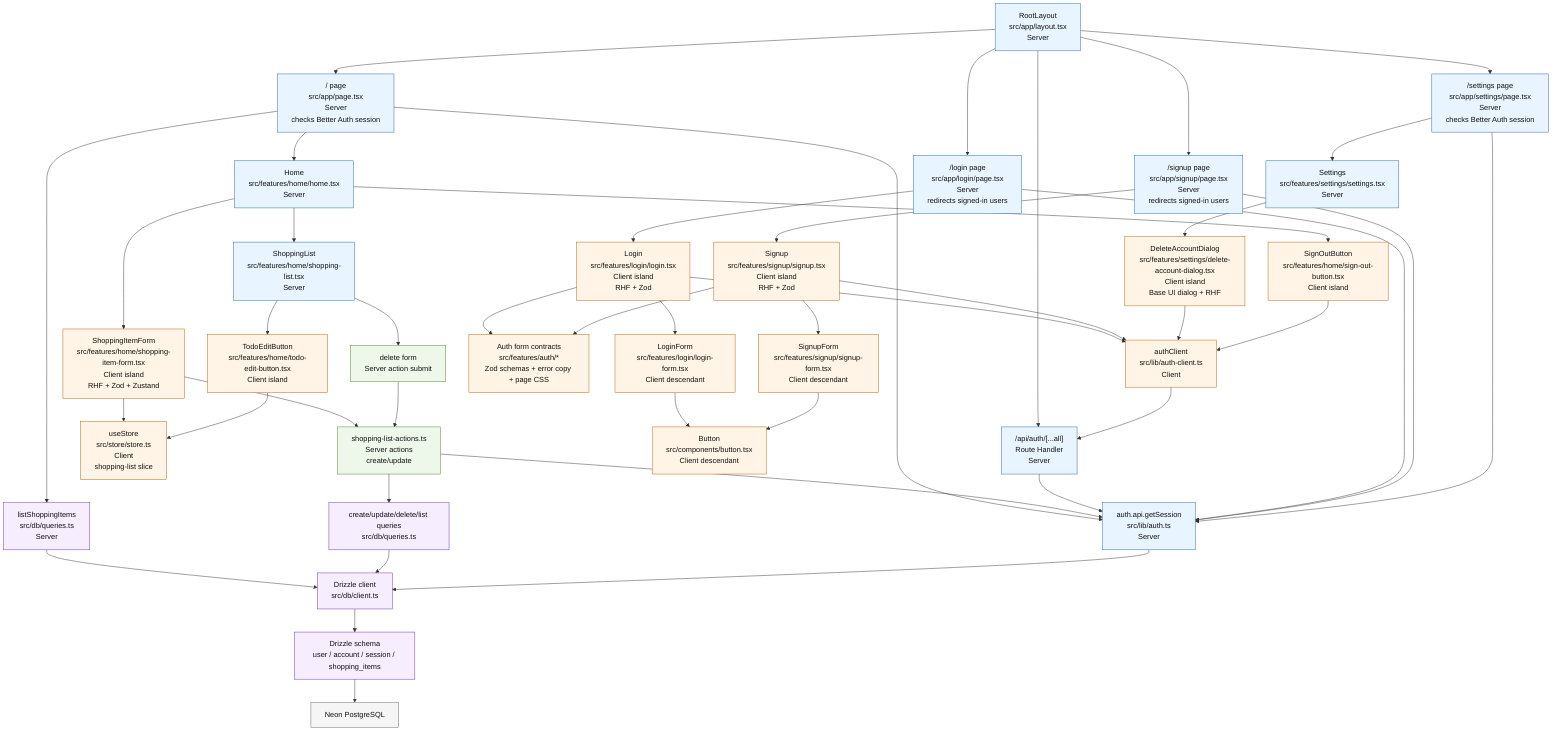
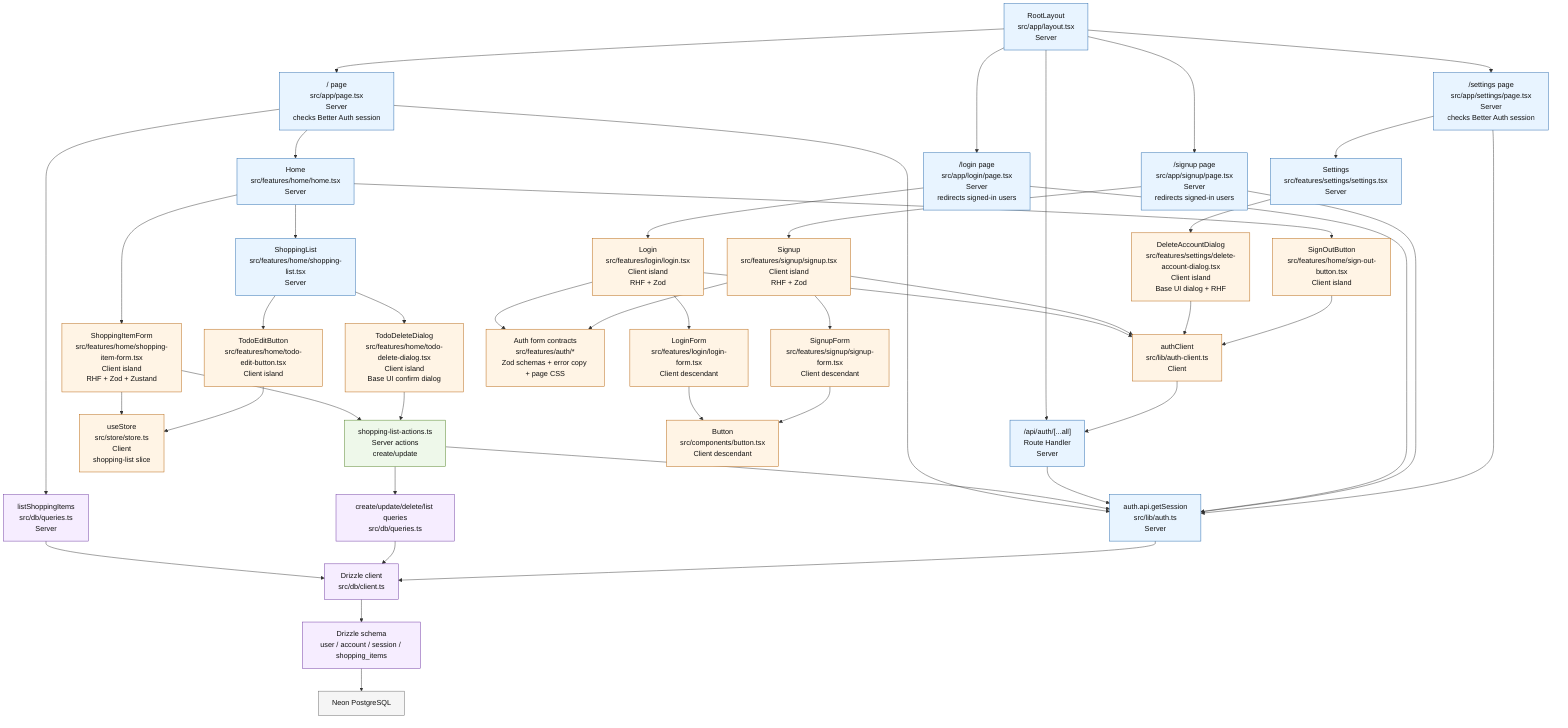
flowchart TD
  %% Current Next.js App Router component composition.
  %% Blue = Server Component / server code, Orange = Client Component, Green = server action, Purple = data layer.

  Root["RootLayout<br/>src/app/layout.tsx<br/>Server"]:::server

  Root --> HomeRoute["/ page<br/>src/app/page.tsx<br/>Server<br/>checks Better Auth session"]:::server
  Root --> LoginRoute["/login page<br/>src/app/login/page.tsx<br/>Server<br/>redirects signed-in users"]:::server
  Root --> SignUpRoute["/signup page<br/>src/app/signup/page.tsx<br/>Server<br/>redirects signed-in users"]:::server
  Root --> SettingsRoute["/settings page<br/>src/app/settings/page.tsx<br/>Server<br/>checks Better Auth session"]:::server
  Root --> AuthRoute["/api/auth/[...all]<br/>Route Handler<br/>Server"]:::server

  HomeRoute --> AuthServer["auth.api.getSession<br/>src/lib/auth.ts<br/>Server"]:::server
  HomeRoute --> ListQuery["listShoppingItems<br/>src/db/queries.ts<br/>Server"]:::data
  HomeRoute --> Home["Home<br/>src/features/home/home.tsx<br/>Server"]:::server

  Home --> SignOutButton["SignOutButton<br/>src/features/home/sign-out-button.tsx<br/>Client island"]:::client
  Home --> ShoppingItemForm["ShoppingItemForm<br/>src/features/home/shopping-item-form.tsx<br/>Client island<br/>RHF + Zod + Zustand"]:::client
  Home --> ShoppingList["ShoppingList<br/>src/features/home/shopping-list.tsx<br/>Server"]:::server

  ShoppingItemForm --> Store["useStore<br/>src/store/store.ts<br/>Client<br/>shopping-list slice"]:::client
  ShoppingItemForm --> ItemActions["shopping-list-actions.ts<br/>Server actions<br/>create/update"]:::action

  ShoppingList --> TodoEditButton["TodoEditButton<br/>src/features/home/todo-edit-button.tsx<br/>Client island"]:::client
-   ShoppingList --> DeleteForm["delete form<br/>Server action submit"]:::action
-   DeleteForm --> ItemActions
+   ShoppingList --> TodoDeleteDialog["TodoDeleteDialog<br/>src/features/home/todo-delete-dialog.tsx<br/>Client island<br/>Base UI confirm dialog"]:::client
+   TodoDeleteDialog --> ItemActions
  TodoEditButton --> Store

  ItemActions --> AuthServer
  ItemActions --> Queries["create/update/delete/list queries<br/>src/db/queries.ts"]:::data
  ListQuery --> DbClient["Drizzle client<br/>src/db/client.ts"]:::data
  Queries --> DbClient
  AuthServer --> DbClient
  AuthRoute --> AuthServer

  DbClient --> Schema["Drizzle schema<br/>user / account / session / shopping_items"]:::data
  Schema --> Neon["Neon PostgreSQL"]:::external

  LoginRoute --> AuthServer
  LoginRoute --> Login["Login<br/>src/features/login/login.tsx<br/>Client island<br/>RHF + Zod"]:::client
  Login --> LoginForm["LoginForm<br/>src/features/login/login-form.tsx<br/>Client descendant"]:::client
  Login --> AuthForms["Auth form contracts<br/>src/features/auth/*<br/>Zod schemas + error copy + page CSS"]:::client
  Login --> AuthClient["authClient<br/>src/lib/auth-client.ts<br/>Client"]:::client

  SignUpRoute --> AuthServer
  SignUpRoute --> Signup["Signup<br/>src/features/signup/signup.tsx<br/>Client island<br/>RHF + Zod"]:::client
  Signup --> SignupForm["SignupForm<br/>src/features/signup/signup-form.tsx<br/>Client descendant"]:::client
  Signup --> AuthForms
  Signup --> AuthClient

  SettingsRoute --> AuthServer
  SettingsRoute --> Settings["Settings<br/>src/features/settings/settings.tsx<br/>Server"]:::server
  Settings --> DeleteAccountDialog["DeleteAccountDialog<br/>src/features/settings/delete-account-dialog.tsx<br/>Client island<br/>Base UI dialog + RHF"]:::client
  DeleteAccountDialog --> AuthClient

  LoginForm --> Button["Button<br/>src/components/button.tsx<br/>Client descendant"]:::client
  SignupForm --> Button
  SignOutButton --> AuthClient
  AuthClient --> AuthRoute

  classDef server fill:#e8f4ff,stroke:#2166ac,color:#111
  classDef client fill:#fff4e5,stroke:#b45f06,color:#111
  classDef action fill:#eef8ea,stroke:#4f7f22,color:#111
  classDef data fill:#f6edff,stroke:#6a329f,color:#111
  classDef external fill:#f5f5f5,stroke:#666,color:#111
